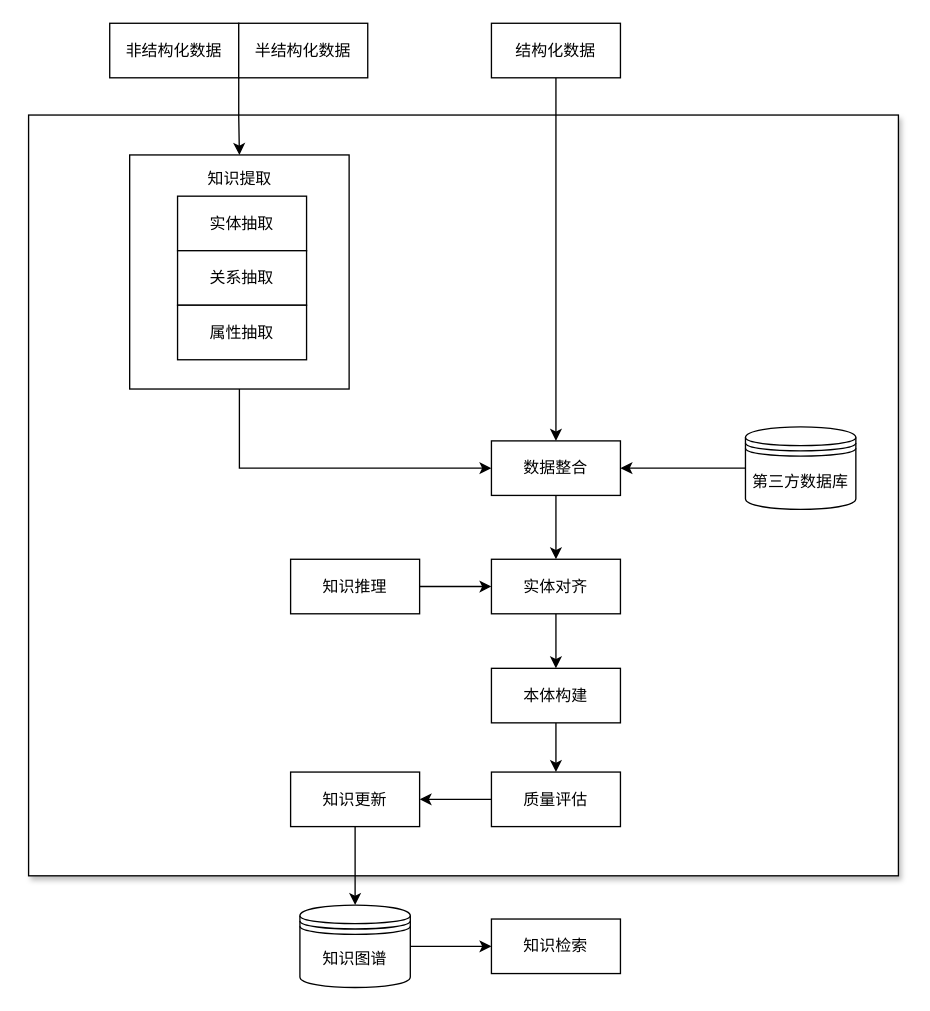
Before: 毕设1.drawio in Yang1998cmd/GitTest, a draw.io diagram. Source tidied: cells renumbered, new cells numbered last; positions are measured from the earlier drawing's top-left corner, leaving out a move shared by most shapes. Both pictures are drawn from the tidied source at 133%, with x=0, y=0 at pixel (28, 23).
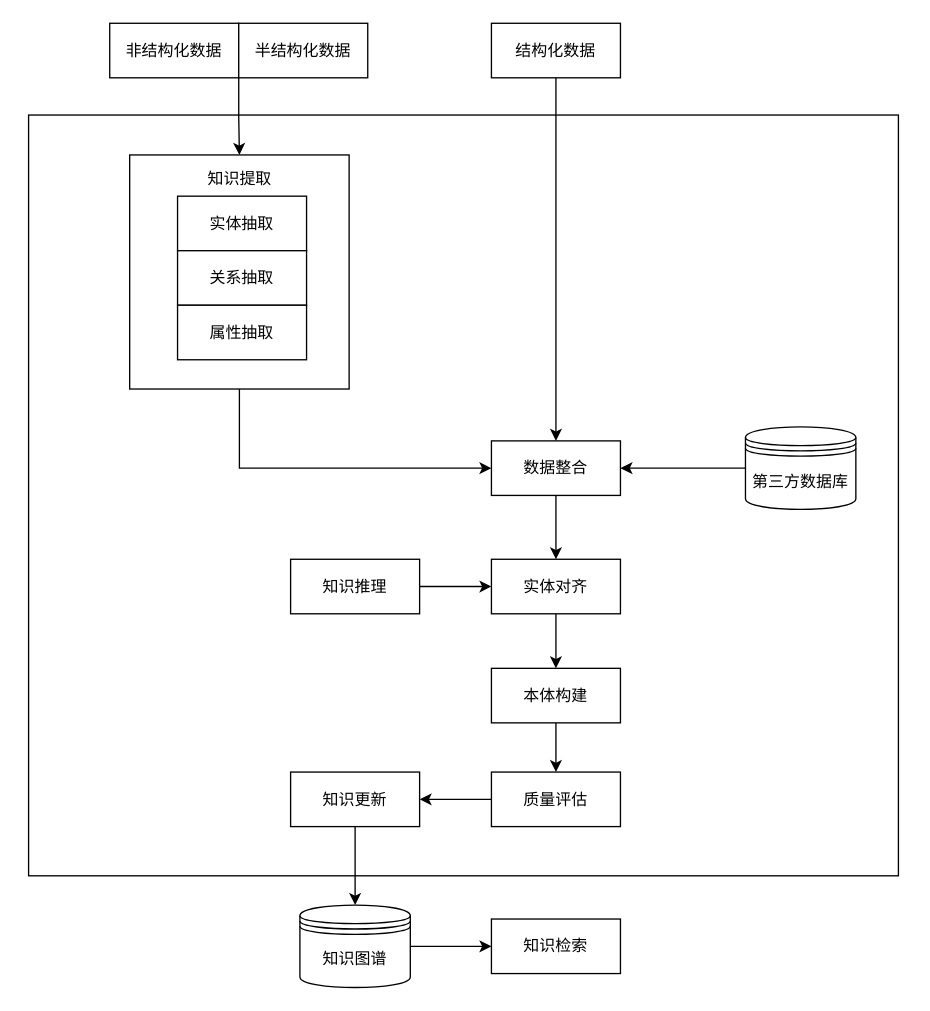
After the change.

Change to the diagram source:
```diff
@@
-    <mxCell id="2" style="rounded=0;whiteSpace=wrap;html=1;shadow=1;" parent="1" vertex="1">
+    <mxCell id="2" style="rounded=0;whiteSpace=wrap;html=1;shadow=0;" parent="1" vertex="1">
       <mxGeometry y="69" width="654" height="572" as="geometry" />
     </mxCell>
```
